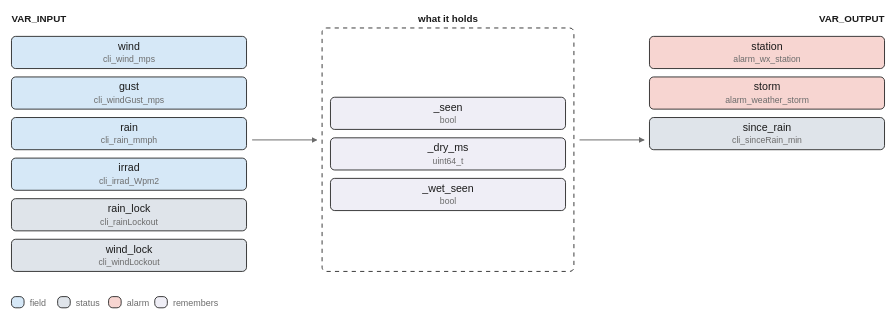
pstch/botanik2 keeps this draw.io diagram as images/logic/weather_watch.drawio.svg. Above is the earlier version. Source tidied: cells renumbered, new cells last; positions are measured from the earlier drawing's top-left corner, leaving out a move shared by most shapes.
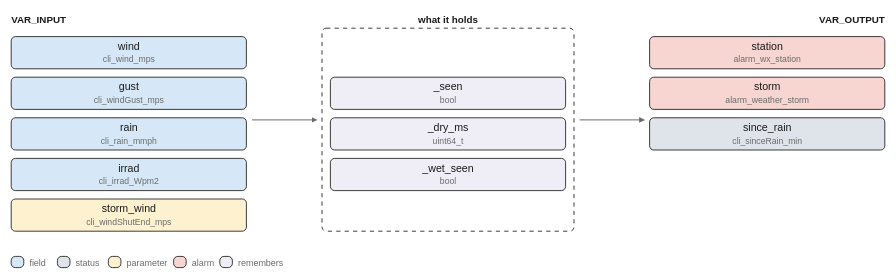
After the commit.

The edit, as a diff of the source:
```diff
@@ -23,68 +23,71 @@
     <mxCell id="8" value="irrad" style="rounded=1;fillColor=#d6e8f7;strokeColor=#1a1a1a;whiteSpace=wrap;html=1;fontSize=8;" parent="1" vertex="1">
       <mxGeometry y="104" width="168" height="23" as="geometry" />
     </mxCell>
-    <mxCell id="9" value="rain_lock" style="rounded=1;fillColor=#dfe4ea;strokeColor=#1a1a1a;whiteSpace=wrap;html=1;fontSize=8;" parent="1" vertex="1">
+    <mxCell id="9" value="storm_wind" style="rounded=1;fillColor=#fdf1d0;strokeColor=#1a1a1a;whiteSpace=wrap;html=1;fontSize=8;" parent="1" vertex="1">
       <mxGeometry y="133" width="168" height="23" as="geometry" />
     </mxCell>
-    <mxCell id="10" value="wind_lock" style="rounded=1;fillColor=#dfe4ea;strokeColor=#1a1a1a;whiteSpace=wrap;html=1;fontSize=8;" parent="1" vertex="1">
-      <mxGeometry y="162" width="168" height="23" as="geometry" />
+    <mxCell id="10" value="station" style="rounded=1;fillColor=#f7d5d1;strokeColor=#1a1a1a;whiteSpace=wrap;html=1;fontSize=8;" parent="1" vertex="1">
+      <mxGeometry x="456" y="17" width="168" height="23" as="geometry" />
     </mxCell>
-    <mxCell id="11" value="station" style="rounded=1;fillColor=#f7d5d1;strokeColor=#1a1a1a;whiteSpace=wrap;html=1;fontSize=8;" parent="1" vertex="1">
-      <mxGeometry x="456" y="17" width="168" height="23" as="geometry" />
+    <mxCell id="11" value="storm" style="rounded=1;fillColor=#f7d5d1;strokeColor=#1a1a1a;whiteSpace=wrap;html=1;fontSize=8;" parent="1" vertex="1">
+      <mxGeometry x="456" y="46" width="168" height="23" as="geometry" />
     </mxCell>
-    <mxCell id="12" value="storm" style="rounded=1;fillColor=#f7d5d1;strokeColor=#1a1a1a;whiteSpace=wrap;html=1;fontSize=8;" parent="1" vertex="1">
-      <mxGeometry x="456" y="46" width="168" height="23" as="geometry" />
+    <mxCell id="12" value="since_rain" style="rounded=1;fillColor=#dfe4ea;strokeColor=#1a1a1a;whiteSpace=wrap;html=1;fontSize=8;" parent="1" vertex="1">
+      <mxGeometry x="456" y="75" width="168" height="23" as="geometry" />
     </mxCell>
-    <mxCell id="13" value="since_rain" style="rounded=1;fillColor=#dfe4ea;strokeColor=#1a1a1a;whiteSpace=wrap;html=1;fontSize=8;" parent="1" vertex="1">
-      <mxGeometry x="456" y="75" width="168" height="23" as="geometry" />
+    <mxCell id="13" style="rounded=1;fillColor=#ffffff;strokeColor=#1a1a1a;whiteSpace=wrap;html=1;fontSize=8;dashed=1;" parent="1" vertex="1">
+      <mxGeometry x="222" y="11" width="180" height="145" as="geometry" />
     </mxCell>
-    <mxCell id="14" style="rounded=1;fillColor=#ffffff;strokeColor=#1a1a1a;whiteSpace=wrap;html=1;fontSize=8;dashed=1;" parent="1" vertex="1">
-      <mxGeometry x="222" y="11" width="180" height="174" as="geometry" />
+    <mxCell id="14" value="_seen" style="rounded=1;fillColor=#efeef6;strokeColor=#1a1a1a;whiteSpace=wrap;html=1;fontSize=8;" parent="1" vertex="1">
+      <mxGeometry x="228" y="46" width="168" height="23" as="geometry" />
     </mxCell>
-    <mxCell id="15" value="_seen" style="rounded=1;fillColor=#efeef6;strokeColor=#1a1a1a;whiteSpace=wrap;html=1;fontSize=8;" parent="1" vertex="1">
-      <mxGeometry x="228" y="60.5" width="168" height="23" as="geometry" />
+    <mxCell id="15" value="_dry_ms" style="rounded=1;fillColor=#efeef6;strokeColor=#1a1a1a;whiteSpace=wrap;html=1;fontSize=8;" parent="1" vertex="1">
+      <mxGeometry x="228" y="75" width="168" height="23" as="geometry" />
     </mxCell>
-    <mxCell id="16" value="_dry_ms" style="rounded=1;fillColor=#efeef6;strokeColor=#1a1a1a;whiteSpace=wrap;html=1;fontSize=8;" parent="1" vertex="1">
-      <mxGeometry x="228" y="89.5" width="168" height="23" as="geometry" />
+    <mxCell id="16" value="_wet_seen" style="rounded=1;fillColor=#efeef6;strokeColor=#1a1a1a;whiteSpace=wrap;html=1;fontSize=8;" parent="1" vertex="1">
+      <mxGeometry x="228" y="104" width="168" height="23" as="geometry" />
     </mxCell>
-    <mxCell id="17" value="_wet_seen" style="rounded=1;fillColor=#efeef6;strokeColor=#1a1a1a;whiteSpace=wrap;html=1;fontSize=8;" parent="1" vertex="1">
-      <mxGeometry x="228" y="118.5" width="168" height="23" as="geometry" />
-    </mxCell>
+    <mxCell id="28" style="edgeStyle=none;html=1;strokeColor=#6b6b6b;endArrow=block;" parent="1" edge="1">
+      <mxGeometry relative="1" as="geometry">
+        <mxPoint x="172" y="76.5" as="sourcePoint" />
+        <mxPoint x="218" y="76.5" as="targetPoint" />
+      </mxGeometry>
+    </mxCell>
     <mxCell id="18" style="edgeStyle=none;html=1;strokeColor=#6b6b6b;endArrow=block;" parent="1" edge="1">
       <mxGeometry relative="1" as="geometry">
-        <mxPoint x="172" y="91" as="sourcePoint" />
-        <mxPoint x="218" y="91" as="targetPoint" />
+        <mxPoint x="406" y="76.5" as="sourcePoint" />
+        <mxPoint x="452" y="76.5" as="targetPoint" />
       </mxGeometry>
     </mxCell>
-    <mxCell id="19" style="edgeStyle=none;html=1;strokeColor=#6b6b6b;endArrow=block;" parent="1" edge="1">
-      <mxGeometry relative="1" as="geometry">
-        <mxPoint x="406" y="91" as="sourcePoint" />
-        <mxPoint x="452" y="91" as="targetPoint" />
-      </mxGeometry>
-    </mxCell>
+    <mxCell id="29" style="rounded=1;fillColor=#d6e8f7;strokeColor=#1a1a1a;whiteSpace=wrap;html=1;fontSize=8;" parent="1" vertex="1">
+      <mxGeometry y="174" width="9" height="8" as="geometry" />
+    </mxCell>
-    <mxCell id="20" style="rounded=1;fillColor=#d6e8f7;strokeColor=#1a1a1a;whiteSpace=wrap;html=1;fontSize=8;" parent="1" vertex="1">
-      <mxGeometry y="203" width="9" height="8" as="geometry" />
+    <mxCell id="20" value="field" style="text;html=1;fontSize=6;fontColor=#6b6b6b;align=left;" parent="1" vertex="1">
+      <mxGeometry x="13" y="174.6" width="40" height="10.4" as="geometry" />
     </mxCell>
-    <mxCell id="21" value="field" style="text;html=1;fontSize=6;fontColor=#6b6b6b;align=left;" parent="1" vertex="1">
-      <mxGeometry x="13" y="203.6" width="40" height="10.4" as="geometry" />
+    <mxCell id="21" style="rounded=1;fillColor=#dfe4ea;strokeColor=#1a1a1a;whiteSpace=wrap;html=1;fontSize=8;" parent="1" vertex="1">
+      <mxGeometry x="33" y="174" width="9" height="8" as="geometry" />
     </mxCell>
-    <mxCell id="22" style="rounded=1;fillColor=#dfe4ea;strokeColor=#1a1a1a;whiteSpace=wrap;html=1;fontSize=8;" parent="1" vertex="1">
-      <mxGeometry x="33" y="203" width="9" height="8" as="geometry" />
+    <mxCell id="22" value="status" style="text;html=1;fontSize=6;fontColor=#6b6b6b;align=left;" parent="1" vertex="1">
+      <mxGeometry x="46" y="174.6" width="40" height="10.4" as="geometry" />
     </mxCell>
-    <mxCell id="23" value="status" style="text;html=1;fontSize=6;fontColor=#6b6b6b;align=left;" parent="1" vertex="1">
-      <mxGeometry x="46" y="203.6" width="40" height="10.4" as="geometry" />
+    <mxCell id="23" style="rounded=1;fillColor=#fdf1d0;strokeColor=#1a1a1a;whiteSpace=wrap;html=1;fontSize=8;" parent="1" vertex="1">
+      <mxGeometry x="69.4" y="174" width="9" height="8" as="geometry" />
     </mxCell>
-    <mxCell id="24" style="rounded=1;fillColor=#f7d5d1;strokeColor=#1a1a1a;whiteSpace=wrap;html=1;fontSize=8;" parent="1" vertex="1">
-      <mxGeometry x="69.4" y="203" width="9" height="8" as="geometry" />
+    <mxCell id="24" value="parameter" style="text;html=1;fontSize=6;fontColor=#6b6b6b;align=left;" parent="1" vertex="1">
+      <mxGeometry x="82.4" y="174.6" width="45" height="10.4" as="geometry" />
     </mxCell>
-    <mxCell id="25" value="alarm" style="text;html=1;fontSize=6;fontColor=#6b6b6b;align=left;" parent="1" vertex="1">
-      <mxGeometry x="82.4" y="203.6" width="40" height="10.4" as="geometry" />
+    <mxCell id="25" style="rounded=1;fillColor=#f7d5d1;strokeColor=#1a1a1a;whiteSpace=wrap;html=1;fontSize=8;" parent="1" vertex="1">
+      <mxGeometry x="116" y="174" width="9" height="8" as="geometry" />
     </mxCell>
-    <mxCell id="26" style="rounded=1;fillColor=#efeef6;strokeColor=#1a1a1a;whiteSpace=wrap;html=1;fontSize=8;" parent="1" vertex="1">
-      <mxGeometry x="102.4" y="203" width="9" height="8" as="geometry" />
+    <mxCell id="26" value="alarm" style="text;html=1;fontSize=6;fontColor=#6b6b6b;align=left;" parent="1" vertex="1">
+      <mxGeometry x="129" y="174.6" width="40" height="10.4" as="geometry" />
     </mxCell>
-    <mxCell id="27" value="remembers" style="text;html=1;fontSize=6;fontColor=#6b6b6b;align=left;" parent="1" vertex="1">
-      <mxGeometry x="115.4" y="203.6" width="45" height="10.4" as="geometry" />
+    <mxCell id="27" style="rounded=1;fillColor=#efeef6;strokeColor=#1a1a1a;whiteSpace=wrap;html=1;fontSize=8;" parent="1" vertex="1">
+      <mxGeometry x="149" y="174" width="9" height="8" as="geometry" />
     </mxCell>
+    <mxCell id="30" value="remembers" style="text;html=1;fontSize=6;fontColor=#6b6b6b;align=left;" parent="1" vertex="1">
+      <mxGeometry x="162" y="174.6" width="45" height="10.4" as="geometry" />
+    </mxCell>
   </root>
 </mxGraphModel>
```
